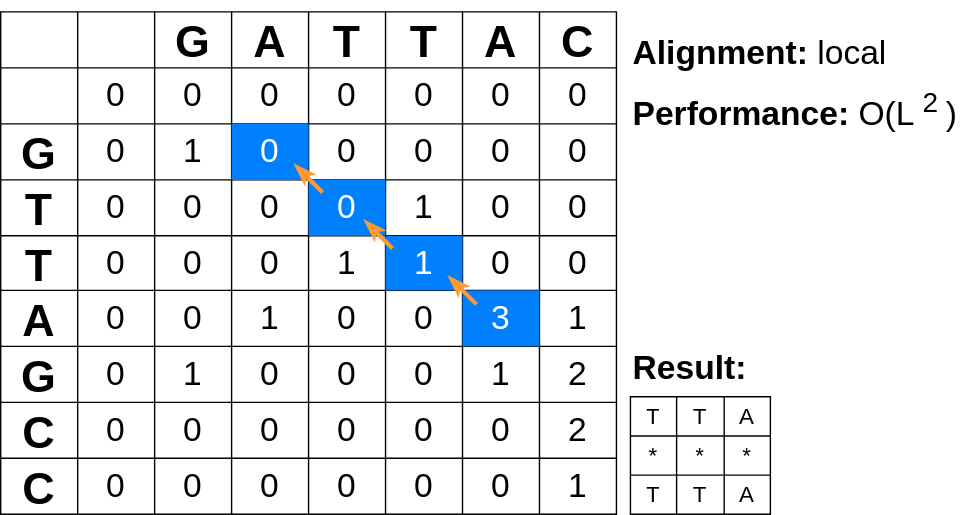
Above: slideshows/images/smith_waterman.drawio.svg in khiron/slideshows (draw.io), before the change. Source tidied: cells renumbered, new cells last; positions are measured from the earlier drawing's top-left corner, leaving out a move shared by most shapes.
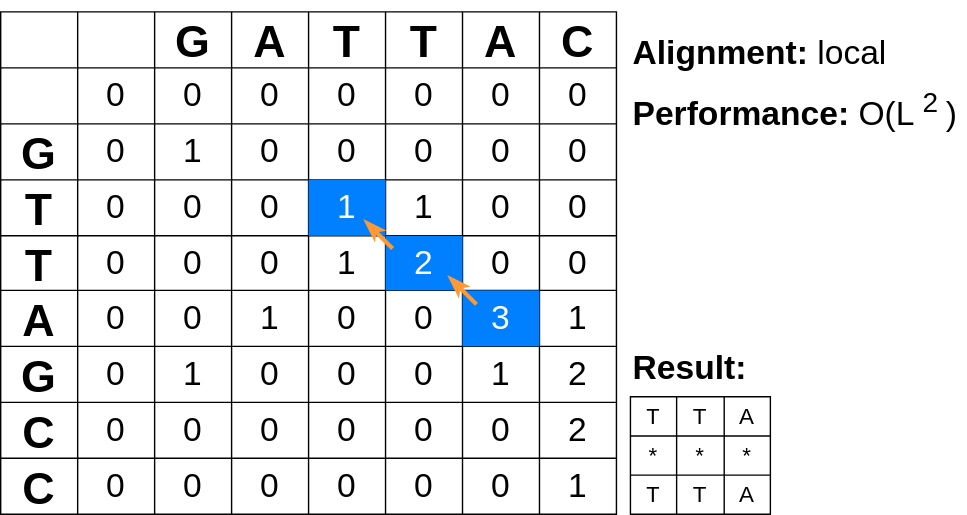
The same file after the commit.

What changed in the source:
```diff
@@ -122,7 +122,7 @@
     <mxCell id="41" value="1" style="shape=partialRectangle;whiteSpace=wrap;strokeColor=inherit;overflow=hidden;fillColor=none;top=0;left=0;bottom=0;right=0;fontSize=24;labelBackgroundColor=none;labelBorderColor=none;fontColor=#000000;" parent="38" vertex="1">
       <mxGeometry x="110" width="55" height="40" as="geometry" />
     </mxCell>
-    <mxCell id="42" value="0" style="shape=partialRectangle;whiteSpace=wrap;strokeColor=inherit;overflow=hidden;fillColor=#007FFF;top=0;left=0;bottom=0;right=0;fontSize=24;labelBackgroundColor=none;labelBorderColor=none;fontColor=#FFFFFF;" parent="38" vertex="1">
+    <mxCell id="42" value="0" style="shape=partialRectangle;whiteSpace=wrap;strokeColor=inherit;overflow=hidden;fillColor=none;top=0;left=0;bottom=0;right=0;fontSize=24;labelBackgroundColor=none;labelBorderColor=none;fontColor=#000000;" parent="38" vertex="1">
       <mxGeometry x="165" width="55" height="40" as="geometry" />
     </mxCell>
     <mxCell id="43" value="0" style="shape=partialRectangle;html=1;whiteSpace=wrap;strokeColor=inherit;overflow=hidden;fillColor=none;top=0;left=0;bottom=0;right=0;fontSize=24;fontColor=#000000;" parent="38" vertex="1">
@@ -152,7 +152,7 @@
     <mxCell id="51" value="0" style="shape=partialRectangle;html=1;whiteSpace=wrap;strokeColor=inherit;overflow=hidden;fillColor=none;top=0;left=0;bottom=0;right=0;fontSize=24;fontColor=#000000;" parent="47" vertex="1">
       <mxGeometry x="165" width="55" height="40" as="geometry" />
     </mxCell>
-    <mxCell id="52" value="0" style="shape=partialRectangle;whiteSpace=wrap;strokeColor=inherit;overflow=hidden;fillColor=#007FFF;top=0;left=0;bottom=0;right=0;fontSize=24;labelBackgroundColor=none;labelBorderColor=none;fontColor=#FFFFFF;" parent="47" vertex="1">
+    <mxCell id="52" value="1" style="shape=partialRectangle;whiteSpace=wrap;strokeColor=inherit;overflow=hidden;fillColor=#007FFF;top=0;left=0;bottom=0;right=0;fontSize=24;labelBackgroundColor=none;labelBorderColor=none;fontColor=#FFFFFF;" parent="47" vertex="1">
       <mxGeometry x="220" width="55" height="40" as="geometry" />
     </mxCell>
     <mxCell id="53" value="1" style="shape=partialRectangle;html=1;whiteSpace=wrap;strokeColor=inherit;overflow=hidden;fillColor=none;top=0;left=0;bottom=0;right=0;fontSize=24;fontColor=#000000;" parent="47" vertex="1">
@@ -182,7 +182,7 @@
     <mxCell id="61" value="1" style="shape=partialRectangle;html=1;whiteSpace=wrap;strokeColor=inherit;overflow=hidden;fillColor=none;top=0;left=0;bottom=0;right=0;fontSize=24;fontColor=#000000;" parent="56" vertex="1">
       <mxGeometry x="220" width="55" height="39" as="geometry" />
     </mxCell>
-    <mxCell id="62" value="1" style="shape=partialRectangle;whiteSpace=wrap;strokeColor=inherit;overflow=hidden;fillColor=#007FFF;top=0;left=0;bottom=0;right=0;fontSize=24;labelBackgroundColor=none;labelBorderColor=none;fontColor=#FFFFFF;" parent="56" vertex="1">
+    <mxCell id="62" value="2" style="shape=partialRectangle;whiteSpace=wrap;strokeColor=inherit;overflow=hidden;fillColor=#007FFF;top=0;left=0;bottom=0;right=0;fontSize=24;labelBackgroundColor=none;labelBorderColor=none;fontColor=#FFFFFF;" parent="56" vertex="1">
       <mxGeometry x="275" width="55" height="39" as="geometry" />
     </mxCell>
     <mxCell id="63" value="0" style="shape=partialRectangle;html=1;whiteSpace=wrap;strokeColor=inherit;overflow=hidden;fillColor=none;top=0;left=0;bottom=0;right=0;fontSize=24;fontColor=#000000;" parent="56" vertex="1">
@@ -299,12 +299,6 @@
     <mxCell id="100" value="1" style="shape=partialRectangle;whiteSpace=wrap;strokeColor=inherit;overflow=hidden;fillColor=none;top=0;left=0;bottom=0;right=0;fontSize=24;labelBackgroundColor=none;labelBorderColor=none;fontColor=#000000;" parent="92" vertex="1">
       <mxGeometry x="385" width="55" height="40" as="geometry" />
     </mxCell>
-    <mxCell id="101" style="endArrow=classicThin;html=1;strokeWidth=3;strokeColor=#FF9933;rounded=0;curved=0;endFill=0;" parent="18" edge="1">
-      <mxGeometry relative="1" as="geometry">
-        <mxPoint x="230" y="129" as="sourcePoint" />
-        <mxPoint x="210" y="109" as="targetPoint" />
-      </mxGeometry>
-    </mxCell>
     <mxCell id="102" style="endArrow=classicThin;html=1;strokeWidth=3;strokeColor=#FF9933;rounded=0;curved=0;endFill=0;" parent="18" edge="1">
       <mxGeometry relative="1" as="geometry">
         <mxPoint x="280" y="169" as="sourcePoint" />
```
